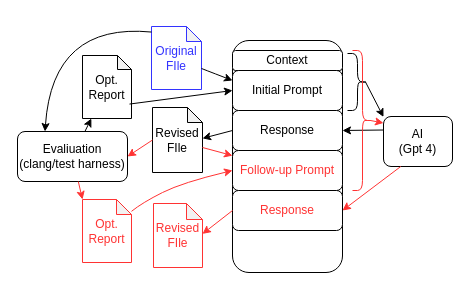
The draw.io diagram figures/optai.drawio in LLNL/CompilerGPT, before the edit. Source tidied: cells renumbered, new cells numbered last; positions are measured from the earlier drawing's top-left corner, leaving out a move shared by most shapes. Both pictures are drawn from the tidied source at 100%, with x=0, y=0 at pixel (17, 22).
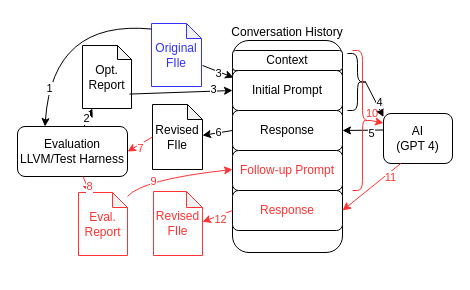
The same diagram, later.

The change refers to these unchanged cells:
```xml
<mxCell id="4" value="&lt;div&gt;Initial Prompt&lt;/div&gt;" style="rounded=1;whiteSpace=wrap;html=1;" parent="1" vertex="1">
  <mxGeometry x="215" y="48" width="110" height="40" as="geometry" />
</mxCell>
<mxCell id="5" value="&lt;div&gt;Response&lt;/div&gt;" style="rounded=1;whiteSpace=wrap;html=1;" parent="1" vertex="1">
  <mxGeometry x="215" y="88" width="110" height="40" as="geometry" />
</mxCell>
<mxCell id="6" value="&lt;div&gt;&lt;font color=&quot;#ff3333&quot;&gt;Follow-up Prompt&lt;/font&gt;&lt;/div&gt;" style="rounded=1;whiteSpace=wrap;html=1;" parent="1" vertex="1">
  <mxGeometry x="215" y="128" width="110" height="40" as="geometry" />
</mxCell>
<mxCell id="7" value="&lt;div&gt;&lt;font color=&quot;#ff3333&quot;&gt;Response&lt;/font&gt;&lt;/div&gt;" style="rounded=1;whiteSpace=wrap;html=1;" parent="1" vertex="1">
  <mxGeometry x="215" y="168" width="110" height="40" as="geometry" />
</mxCell>
<mxCell id="11" style="endArrow=classic;html=1;rounded=0;" parent="1" edge="1" source="10" target="9">
  <mxGeometry relative="1" as="geometry" />
</mxCell>
<mxCell id="13" style="endArrow=classic;html=1;rounded=0;entryX=0;entryY=0.5;entryDx=0;entryDy=0;exitX=0.959;exitY=0.771;exitDx=0;exitDy=0;exitPerimeter=0;" parent="1" edge="1" source="9" target="4">
  <mxGeometry relative="1" as="geometry" />
</mxCell>
<mxCell id="15" style="endArrow=classic;html=1;rounded=0;entryX=1;entryY=0.5;entryDx=0;entryDy=0;" parent="1" edge="1" target="5">
  <mxGeometry relative="1" as="geometry">
    <mxPoint x="366" y="107.5" as="sourcePoint" />
  </mxGeometry>
</mxCell>
<mxCell id="19" style="endArrow=classic;html=1;rounded=0;entryX=0;entryY=0.25;entryDx=0;entryDy=0;exitX=0.1;exitY=0.5;exitDx=0;exitDy=0;exitPerimeter=0;" parent="1" edge="1" source="18">
  <mxGeometry relative="1" as="geometry">
    <mxPoint x="366" y="94.5" as="targetPoint" />
  </mxGeometry>
</mxCell>
<mxCell id="22" style="endArrow=classic;html=1;rounded=0;entryX=1;entryY=0.5;entryDx=0;entryDy=0;exitX=0;exitY=0.5;exitDx=0;exitDy=0;exitPerimeter=0;strokeColor=#FF3333;" parent="1" edge="1" source="16" target="10">
  <mxGeometry relative="1" as="geometry" />
</mxCell>
```

Change to the diagram source:
```diff
@@
     <mxCell id="2" style="rounded=1;whiteSpace=wrap;html=1;" parent="1" vertex="1">
-      <mxGeometry x="215" y="18" width="110" height="232" as="geometry" />
+      <mxGeometry x="215" y="18" width="110" height="212" as="geometry" />
     </mxCell>
@@
     <mxCell id="8" value="&lt;div&gt;&lt;span style=&quot;color: rgb(51, 51, 255); background-color: initial;&quot;&gt;Original&lt;/span&gt;&lt;br&gt;&lt;/div&gt;&lt;div&gt;&lt;font color=&quot;#3333ff&quot;&gt;FIle&lt;/font&gt;&lt;/div&gt;" style="shape=note;whiteSpace=wrap;html=1;backgroundOutline=1;darkOpacity=0.05;strokeColor=#3333FF;size=15;" parent="1" vertex="1">
-      <mxGeometry x="134" y="4" width="50" height="63" as="geometry" />
+      <mxGeometry x="134" y="1" width="50" height="63" as="geometry" />
     </mxCell>
     <mxCell id="9" value="&lt;div&gt;Opt.&lt;/div&gt;&lt;div&gt;Report&lt;/div&gt;" style="shape=note;whiteSpace=wrap;html=1;backgroundOutline=1;darkOpacity=0.05;size=14;" parent="1" vertex="1">
-      <mxGeometry x="65" y="33" width="49" height="63" as="geometry" />
+      <mxGeometry x="65" y="23" width="49" height="63" as="geometry" />
     </mxCell>
-    <mxCell id="10" value="&lt;div&gt;Evaliuation&lt;/div&gt;&lt;div&gt;(clang/test harness)&lt;/div&gt;" style="rounded=1;whiteSpace=wrap;html=1;" parent="1" vertex="1">
-      <mxGeometry y="109" width="110" height="50" as="geometry" />
+    <mxCell id="10" value="&lt;div&gt;Evaluation&lt;/div&gt;&lt;div&gt;LLVM/Test Harness&lt;/div&gt;" style="rounded=1;whiteSpace=wrap;html=1;" parent="1" vertex="1">
+      <mxGeometry y="104" width="110" height="50" as="geometry" />
     </mxCell>
@@
+    <mxCell id="31" value="2" style="edgeLabel;html=1;align=center;verticalAlign=middle;" parent="11" vertex="1">
+      <mxGeometry x="-0.19" y="2" relative="1" as="geometry" />
+    </mxCell>
-    <mxCell id="12" style="curved=1;endArrow=classic;html=1;rounded=0;entryX=0;entryY=0.25;entryDx=0;entryDy=0;exitX=0;exitY=0;exitDx=50;exitDy=42;exitPerimeter=0;" parent="1" edge="1" source="8" target="4">
-      <mxGeometry relative="1" as="geometry" />
+    <mxCell id="12" style="curved=1;endArrow=classic;html=1;rounded=0;entryX=0;entryY=0.25;entryDx=0;entryDy=0;exitX=0;exitY=0;exitDx=50;exitDy=42;exitPerimeter=0;" parent="1" edge="1">
+      <mxGeometry relative="1" as="geometry">
+        <mxPoint x="185" y="43" as="sourcePoint" />
+        <mxPoint x="216" y="55" as="targetPoint" />
+      </mxGeometry>
     </mxCell>
+    <mxCell id="32" value="3" style="edgeLabel;html=1;align=center;verticalAlign=middle;" parent="12" vertex="1">
+      <mxGeometry x="-0.05" y="1" relative="1" as="geometry">
+        <mxPoint y="3" as="offset" />
+      </mxGeometry>
+    </mxCell>
@@
+    <mxCell id="33" value="3" style="edgeLabel;html=1;align=center;verticalAlign=middle;" parent="13" vertex="1">
+      <mxGeometry x="0.63" y="2" relative="1" as="geometry" />
+    </mxCell>
-    <mxCell id="14" value="&lt;div&gt;AI&lt;/div&gt;&lt;div&gt;(Gpt 4)&lt;br&gt;&lt;/div&gt;" style="rounded=1;whiteSpace=wrap;html=1;" parent="1" vertex="1">
-      <mxGeometry x="366" y="94" width="69" height="50" as="geometry" />
+    <mxCell id="14" value="&lt;div&gt;AI&lt;/div&gt;&lt;div&gt;(GPT 4)&lt;br&gt;&lt;/div&gt;" style="rounded=1;whiteSpace=wrap;html=1;" parent="1" vertex="1">
+      <mxGeometry x="366" y="91" width="69" height="50" as="geometry" />
     </mxCell>
@@
+    <mxCell id="34" value="5" style="edgeLabel;html=1;align=center;verticalAlign=middle;" parent="15" vertex="1">
+      <mxGeometry x="-0.36" y="3" relative="1" as="geometry" />
+    </mxCell>
     <mxCell id="16" value="&lt;div&gt;Revised&lt;/div&gt;&lt;div&gt;FIle&lt;/div&gt;" style="shape=note;whiteSpace=wrap;html=1;backgroundOutline=1;darkOpacity=0.05;size=15;" parent="1" vertex="1">
-      <mxGeometry x="135" y="85" width="50" height="65" as="geometry" />
+      <mxGeometry x="135" y="82" width="50" height="65" as="geometry" />
     </mxCell>
-    <mxCell id="17" value="&lt;div&gt;&lt;span style=&quot;color: rgb(255, 51, 51); background-color: initial;&quot;&gt;Opt.&lt;/span&gt;&lt;br&gt;&lt;/div&gt;&lt;div&gt;&lt;font color=&quot;#ff3333&quot;&gt;Report&lt;/font&gt;&lt;/div&gt;" style="shape=note;whiteSpace=wrap;html=1;backgroundOutline=1;darkOpacity=0.05;strokeColor=#FF3333;size=15;" parent="1" vertex="1">
-      <mxGeometry x="65" y="177" width="49" height="63" as="geometry" />
+    <mxCell id="17" value="&lt;div&gt;&lt;span style=&quot;color: rgb(255, 51, 51); background-color: initial;&quot;&gt;Eval.&lt;/span&gt;&lt;br&gt;&lt;/div&gt;&lt;div&gt;&lt;font color=&quot;#ff3333&quot;&gt;Report&lt;/font&gt;&lt;/div&gt;" style="shape=note;whiteSpace=wrap;html=1;backgroundOutline=1;darkOpacity=0.05;strokeColor=#FF3333;size=15;" parent="1" vertex="1">
+      <mxGeometry x="61" y="170" width="49" height="63" as="geometry" />
     </mxCell>
@@
+    <mxCell id="35" value="4" style="edgeLabel;html=1;align=center;verticalAlign=middle;" parent="19" vertex="1">
+      <mxGeometry x="0.21" y="4" relative="1" as="geometry">
+        <mxPoint x="-1" as="offset" />
+      </mxGeometry>
+    </mxCell>
@@
+    <mxCell id="36" value="&lt;font color=&quot;#ff3333&quot;&gt;7&lt;/font&gt;" style="edgeLabel;html=1;align=center;verticalAlign=middle;" parent="22" vertex="1">
+      <mxGeometry x="0.09" y="3" relative="1" as="geometry" />
+    </mxCell>
+    <mxCell id="24" value="&lt;div&gt;&lt;span style=&quot;color: rgb(255, 51, 51); background-color: initial;&quot;&gt;Revised&lt;/span&gt;&lt;br&gt;&lt;/div&gt;&lt;div&gt;&lt;font color=&quot;#ff3333&quot;&gt;FIle&lt;/font&gt;&lt;/div&gt;" style="shape=note;whiteSpace=wrap;html=1;backgroundOutline=1;darkOpacity=0.05;strokeColor=#FF3333;size=16;" parent="1" vertex="1">
+      <mxGeometry x="136" y="169" width="49" height="64" as="geometry" />
+    </mxCell>
+    <mxCell id="26" style="endArrow=classic;html=1;rounded=0;entryX=1;entryY=0.475;entryDx=0;entryDy=0;entryPerimeter=0;exitX=0;exitY=0.5;exitDx=0;exitDy=0;" parent="1" edge="1" source="5" target="16">
+      <mxGeometry relative="1" as="geometry" />
+    </mxCell>
+    <mxCell id="37" value="6" style="edgeLabel;html=1;align=center;verticalAlign=middle;" parent="26" vertex="1">
+      <mxGeometry x="-0.02" y="-1" relative="1" as="geometry" />
+    </mxCell>
+    <mxCell id="27" style="endArrow=classic;html=1;rounded=0;entryX=1;entryY=0.5;entryDx=0;entryDy=0;strokeColor=#FF3333;exitX=0.25;exitY=1;exitDx=0;exitDy=0;" parent="1" edge="1" source="14" target="7">
+      <mxGeometry relative="1" as="geometry" />
+    </mxCell>
+    <mxCell id="38" value="&lt;font color=&quot;#ff3333&quot;&gt;11&lt;/font&gt;" style="edgeLabel;html=1;align=center;verticalAlign=middle;" parent="27" vertex="1">
+      <mxGeometry x="-0.54" y="4" relative="1" as="geometry" />
+    </mxCell>
+    <mxCell id="28" style="curved=1;endArrow=classic;html=1;rounded=0;entryX=0.25;entryY=0;entryDx=0;entryDy=0;exitX=0;exitY=0.088;exitDx=0;exitDy=0;exitPerimeter=0;" parent="1" edge="1" source="8" target="10">
+      <mxGeometry relative="1" as="geometry">
+        <Array as="points">
+          <mxPoint x="35" y="-3" />
+        </Array>
+      </mxGeometry>
+    </mxCell>
+    <mxCell id="39" value="1" style="edgeLabel;html=1;align=center;verticalAlign=middle;" parent="28" vertex="1">
+      <mxGeometry x="0.63" y="1" relative="1" as="geometry" />
+    </mxCell>
+    <mxCell id="30" style="endArrow=classic;html=1;rounded=0;strokeColor=#FF3333;exitX=0;exitY=0.5;exitDx=0;exitDy=0;entryX=1;entryY=0.475;entryDx=0;entryDy=0;entryPerimeter=0;" parent="1" edge="1" source="7" target="24">
+      <mxGeometry relative="1" as="geometry" />
+    </mxCell>
+    <mxCell id="40" value="&lt;font color=&quot;#ff3333&quot;&gt;12&lt;/font&gt;" style="edgeLabel;html=1;align=center;verticalAlign=middle;" parent="30" vertex="1">
+      <mxGeometry x="-0.08" y="3" relative="1" as="geometry" />
+    </mxCell>
+    <mxCell id="41" value="Conversation History" style="text;html=1;align=center;verticalAlign=middle;whiteSpace=wrap;rounded=0;" parent="1" vertex="1">
+      <mxGeometry x="210" y="-5" width="120" height="30" as="geometry" />
+    </mxCell>
+    <mxCell id="42" value="&lt;font color=&quot;#ff3333&quot; style=&quot;font-size: 11px;&quot;&gt;10&lt;/font&gt;" style="text;html=1;align=center;verticalAlign=middle;whiteSpace=wrap;rounded=0;" parent="1" vertex="1">
+      <mxGeometry x="325" y="76" width="60" height="30" as="geometry" />
+    </mxCell>
-    <mxCell id="23" style="endArrow=classic;html=1;rounded=0;entryX=0;entryY=0;entryDx=0;entryDy=0;entryPerimeter=0;strokeColor=#FF3333;" parent="1" edge="1" source="10" target="17">
+    <mxCell id="23" style="endArrow=classic;html=1;rounded=0;strokeColor=#FF3333;" parent="1" edge="1" source="10" target="17">
       <mxGeometry relative="1" as="geometry" />
     </mxCell>
-    <mxCell id="24" value="&lt;div&gt;&lt;span style=&quot;color: rgb(255, 51, 51); background-color: initial;&quot;&gt;Revised&lt;/span&gt;&lt;br&gt;&lt;/div&gt;&lt;div&gt;&lt;font color=&quot;#ff3333&quot;&gt;FIle&lt;/font&gt;&lt;/div&gt;" style="shape=note;whiteSpace=wrap;html=1;backgroundOutline=1;darkOpacity=0.05;strokeColor=#FF3333;size=16;" parent="1" vertex="1">
-      <mxGeometry x="136" y="181" width="49" height="64" as="geometry" />
-    </mxCell>
-    <mxCell id="25" style="endArrow=classic;html=1;rounded=0;strokeColor=#FF3333;exitX=0;exitY=0;exitDx=50;exitDy=40;exitPerimeter=0;" parent="1" edge="1" source="16" target="6">
-      <mxGeometry relative="1" as="geometry" />
-    </mxCell>
-    <mxCell id="26" style="endArrow=classic;html=1;rounded=0;entryX=1;entryY=0.475;entryDx=0;entryDy=0;entryPerimeter=0;exitX=0;exitY=0.5;exitDx=0;exitDy=0;" parent="1" edge="1" source="5" target="16">
-      <mxGeometry relative="1" as="geometry" />
-    </mxCell>
-    <mxCell id="27" style="endArrow=classic;html=1;rounded=0;entryX=1;entryY=0.5;entryDx=0;entryDy=0;strokeColor=#FF3333;exitX=0.25;exitY=1;exitDx=0;exitDy=0;" parent="1" edge="1" source="14" target="7">
-      <mxGeometry relative="1" as="geometry" />
-    </mxCell>
-    <mxCell id="28" style="curved=1;endArrow=classic;html=1;rounded=0;entryX=0.25;entryY=0;entryDx=0;entryDy=0;exitX=0;exitY=0.088;exitDx=0;exitDy=0;exitPerimeter=0;" parent="1" edge="1" source="8" target="10">
-      <mxGeometry relative="1" as="geometry">
-        <Array as="points">
-          <mxPoint x="35" />
-        </Array>
-      </mxGeometry>
-    </mxCell>
-    <mxCell id="29" style="curved=1;endArrow=classic;html=1;rounded=0;entryX=0;entryY=0.5;entryDx=0;entryDy=0;strokeColor=#FF3333;" parent="1" edge="1" source="17" target="6">
-      <mxGeometry relative="1" as="geometry">
-        <Array as="points">
-          <mxPoint x="125" y="180" />
-          <mxPoint x="165" y="160" />
-        </Array>
-      </mxGeometry>
-    </mxCell>
-    <mxCell id="30" style="endArrow=classic;html=1;rounded=0;strokeColor=#FF3333;exitX=0;exitY=0.5;exitDx=0;exitDy=0;entryX=1;entryY=0.475;entryDx=0;entryDy=0;entryPerimeter=0;" parent="1" edge="1" source="7" target="24">
-      <mxGeometry relative="1" as="geometry" />
-    </mxCell>
+    <mxCell id="43" value="&lt;font color=&quot;#ff3333&quot;&gt;8&lt;/font&gt;" style="edgeLabel;html=1;align=center;verticalAlign=middle;" parent="23" vertex="1">
+      <mxGeometry x="0.14" y="2" relative="1" as="geometry">
+        <mxPoint y="1" as="offset" />
+      </mxGeometry>
+    </mxCell>
+    <mxCell id="44" style="curved=1;endArrow=classic;html=1;rounded=0;strokeColor=#FF3333;" parent="1" edge="1" source="17">
+      <mxGeometry relative="1" as="geometry">
+        <mxPoint x="215" y="147" as="targetPoint" />
+        <Array as="points">
+          <mxPoint x="125" y="157" />
+        </Array>
+      </mxGeometry>
+    </mxCell>
+    <mxCell id="45" value="&lt;font color=&quot;#ff3333&quot;&gt;9&lt;/font&gt;" style="edgeLabel;html=1;align=center;verticalAlign=middle;" parent="44" vertex="1">
+      <mxGeometry x="-0.41" y="-3" relative="1" as="geometry" />
+    </mxCell>
```
